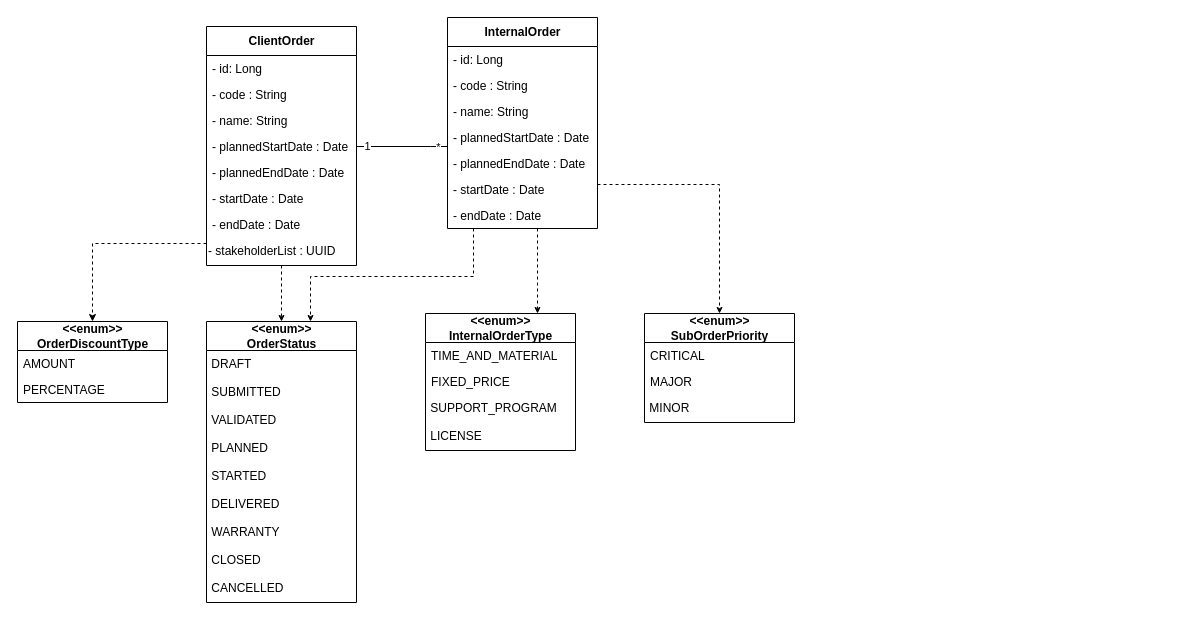
Above: Order/_DiagrammeClasseOrder.drawio in ZidiMedAmine/UML (draw.io), before the change. Source tidied: cells renumbered, new cells numbered last; positions are measured from the earlier drawing's top-left corner, leaving out a move shared by most shapes. Both pictures are drawn from the tidied source at 100%, with x=0, y=0 at pixel (17, 17).
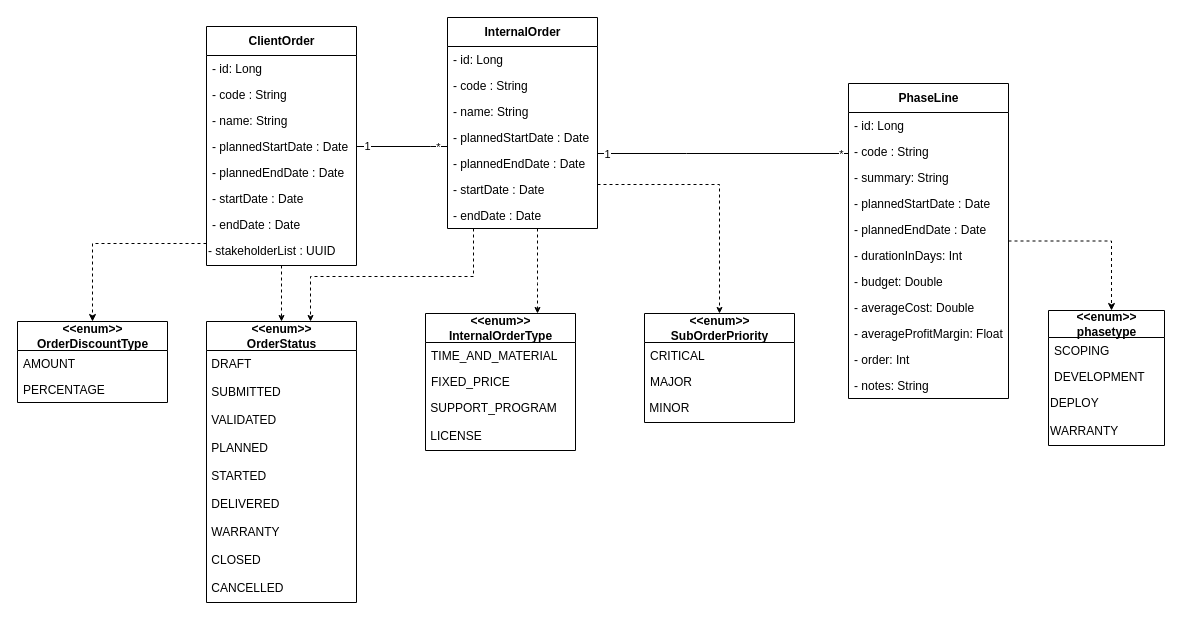
Above is the later version.

The change refers to these unchanged cells:
```xml
<mxCell id="2" value="&lt;b&gt;InternalOrder&lt;/b&gt;" style="swimlane;fontStyle=0;align=center;verticalAlign=middle;horizontal=1;startSize=29;html=1;fontSize=12;labelPosition=center;verticalLabelPosition=middle;strokeColor=default;swimlaneLine=1;rounded=0;shadow=0;glass=0;sketch=0;perimeterSpacing=0;" parent="1" vertex="1">
  <mxGeometry x="430" width="150" height="211" as="geometry" />
</mxCell>
```

The edit, as a diff of the source:
```diff
@@
+    <mxCell id="49" style="edgeStyle=orthogonalEdgeStyle;rounded=0;jettySize=auto;html=1;endSize=5;startSize=5;endArrow=none;endFill=0;" parent="1" edge="1" source="53" target="2">
+      <mxGeometry relative="1" as="geometry">
+        <Array as="points">
+          <mxPoint x="669" y="136" />
+          <mxPoint x="669" y="136" />
+        </Array>
+      </mxGeometry>
+    </mxCell>
+    <mxCell id="50" value="*" style="edgeLabel;html=1;align=center;verticalAlign=middle;" parent="49" vertex="1">
+      <mxGeometry x="-0.94" relative="1" as="geometry" />
+    </mxCell>
+    <mxCell id="51" value="1" style="edgeLabel;html=1;align=center;verticalAlign=middle;" parent="49" vertex="1">
+      <mxGeometry x="0.93" relative="1" as="geometry" />
+    </mxCell>
+    <mxCell id="52" style="edgeStyle=orthogonalEdgeStyle;rounded=0;jettySize=auto;html=1;endArrow=classic;endFill=1;startSize=5;endSize=5;dashed=1;" parent="1" edge="1" source="53" target="65">
+      <mxGeometry relative="1" as="geometry">
+        <Array as="points">
+          <mxPoint x="1094" y="224" />
+        </Array>
+      </mxGeometry>
+    </mxCell>
+    <mxCell id="53" value="&lt;b&gt;PhaseLine&lt;/b&gt;" style="swimlane;fontStyle=0;align=center;verticalAlign=middle;horizontal=1;startSize=29;html=1;fontSize=12;labelPosition=center;verticalLabelPosition=middle;strokeColor=default;swimlaneLine=1;rounded=0;shadow=0;glass=0;sketch=0;perimeterSpacing=0;" parent="1" vertex="1">
+      <mxGeometry x="831" y="66" width="160" height="315" as="geometry" />
+    </mxCell>
+    <mxCell id="54" value="- id: Long" style="text;strokeColor=none;fillColor=none;align=left;verticalAlign=top;spacingLeft=4;spacingRight=4;overflow=hidden;fontStyle=0;" parent="53" vertex="1">
+      <mxGeometry y="29" width="160" height="26" as="geometry" />
+    </mxCell>
+    <mxCell id="55" value="- code : String" style="text;strokeColor=none;fillColor=none;align=left;verticalAlign=top;spacingLeft=4;spacingRight=4;overflow=hidden;fontStyle=0;" parent="53" vertex="1">
+      <mxGeometry y="55" width="160" height="26" as="geometry" />
+    </mxCell>
+    <mxCell id="56" value="- summary: String" style="text;strokeColor=none;fillColor=none;align=left;verticalAlign=top;spacingLeft=4;spacingRight=4;overflow=hidden;fontStyle=0;" parent="53" vertex="1">
+      <mxGeometry y="81" width="160" height="26" as="geometry" />
+    </mxCell>
+    <mxCell id="57" value="- plannedStartDate : Date" style="text;strokeColor=none;fillColor=none;align=left;verticalAlign=top;spacingLeft=4;spacingRight=4;overflow=hidden;fontStyle=0;" parent="53" vertex="1">
+      <mxGeometry y="107" width="160" height="26" as="geometry" />
+    </mxCell>
+    <mxCell id="58" value="- plannedEndDate : Date" style="text;strokeColor=none;fillColor=none;align=left;verticalAlign=top;spacingLeft=4;spacingRight=4;overflow=hidden;fontStyle=0;" parent="53" vertex="1">
+      <mxGeometry y="133" width="160" height="26" as="geometry" />
+    </mxCell>
+    <mxCell id="59" value="- durationInDays: Int" style="text;strokeColor=none;fillColor=none;align=left;verticalAlign=top;spacingLeft=4;spacingRight=4;overflow=hidden;fontStyle=0;" parent="53" vertex="1">
+      <mxGeometry y="159" width="160" height="26" as="geometry" />
+    </mxCell>
+    <mxCell id="60" value="- budget: Double" style="text;strokeColor=none;fillColor=none;align=left;verticalAlign=top;spacingLeft=4;spacingRight=4;overflow=hidden;fontStyle=0;" parent="53" vertex="1">
+      <mxGeometry y="185" width="160" height="26" as="geometry" />
+    </mxCell>
+    <mxCell id="61" value="- averageCost: Double" style="text;strokeColor=none;fillColor=none;align=left;verticalAlign=top;spacingLeft=4;spacingRight=4;overflow=hidden;fontStyle=0;" parent="53" vertex="1">
+      <mxGeometry y="211" width="160" height="26" as="geometry" />
+    </mxCell>
+    <mxCell id="62" value="- averageProfitMargin: Float" style="text;strokeColor=none;fillColor=none;align=left;verticalAlign=top;spacingLeft=4;spacingRight=4;overflow=hidden;fontStyle=0;" parent="53" vertex="1">
+      <mxGeometry y="237" width="160" height="26" as="geometry" />
+    </mxCell>
+    <mxCell id="63" value="- order: Int" style="text;strokeColor=none;fillColor=none;align=left;verticalAlign=top;spacingLeft=4;spacingRight=4;overflow=hidden;fontStyle=0;" parent="53" vertex="1">
+      <mxGeometry y="263" width="160" height="26" as="geometry" />
+    </mxCell>
+    <mxCell id="64" value="- notes: String" style="text;strokeColor=none;fillColor=none;align=left;verticalAlign=top;spacingLeft=4;spacingRight=4;overflow=hidden;fontStyle=0;" parent="53" vertex="1">
+      <mxGeometry y="289" width="160" height="26" as="geometry" />
+    </mxCell>
+    <mxCell id="65" value="&lt;b&gt;&amp;lt;&amp;lt;enum&amp;gt;&amp;gt;&lt;/b&gt;&lt;br&gt;&lt;div&gt;&lt;b&gt;phasetype&lt;/b&gt;&lt;/div&gt;" style="swimlane;fontStyle=0;align=center;verticalAlign=middle;horizontal=1;startSize=27;html=1;fontSize=12;labelPosition=center;verticalLabelPosition=middle;swimlaneLine=1;rounded=0;sketch=0;glass=0;" parent="1" vertex="1">
+      <mxGeometry x="1031" y="293" width="116" height="135" as="geometry" />
+    </mxCell>
+    <mxCell id="66" value="SCOPING" style="text;strokeColor=none;fillColor=none;align=left;verticalAlign=top;spacingLeft=4;spacingRight=4;overflow=hidden;fontStyle=0;" parent="65" vertex="1">
+      <mxGeometry y="27" width="116" height="26" as="geometry" />
+    </mxCell>
+    <mxCell id="67" value="DEVELOPMENT" style="text;strokeColor=none;fillColor=none;align=left;verticalAlign=top;spacingLeft=4;spacingRight=4;overflow=hidden;fontStyle=0;" parent="65" vertex="1">
+      <mxGeometry y="53" width="116" height="26" as="geometry" />
+    </mxCell>
+    <mxCell id="68" value="DEPLOY" style="text;whiteSpace=wrap;html=1;fontStyle=0;" parent="65" vertex="1">
+      <mxGeometry y="79" width="116" height="28" as="geometry" />
+    </mxCell>
+    <mxCell id="69" value="WARRANTY" style="text;whiteSpace=wrap;html=1;fontStyle=0;" parent="65" vertex="1">
+      <mxGeometry y="107" width="116" height="28" as="geometry" />
+    </mxCell>
```
